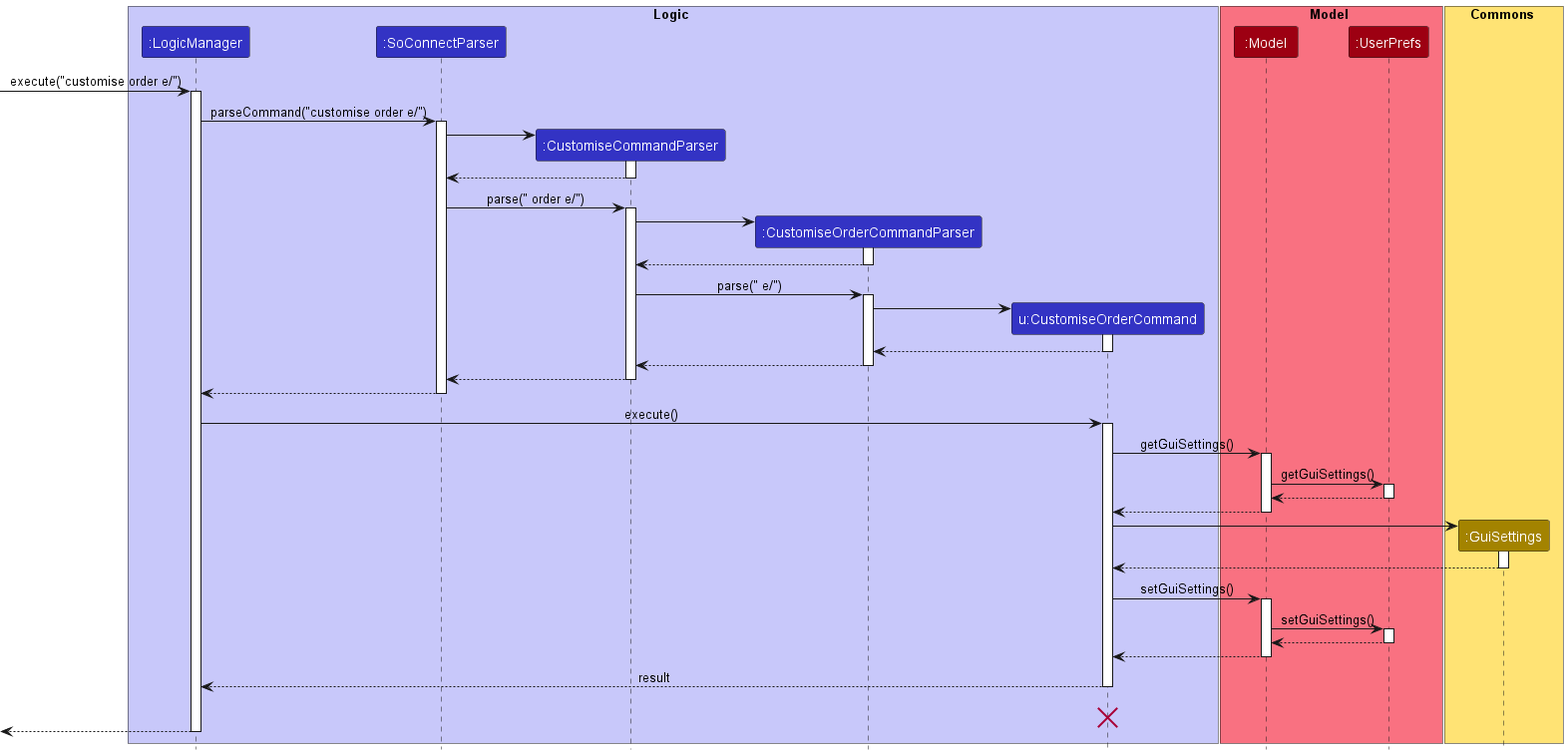
Earlier version of the PlantUML export docs/images/CustomiseOrderSequenceDiagram.png (nus-cs2103-AY2223S1/tp).
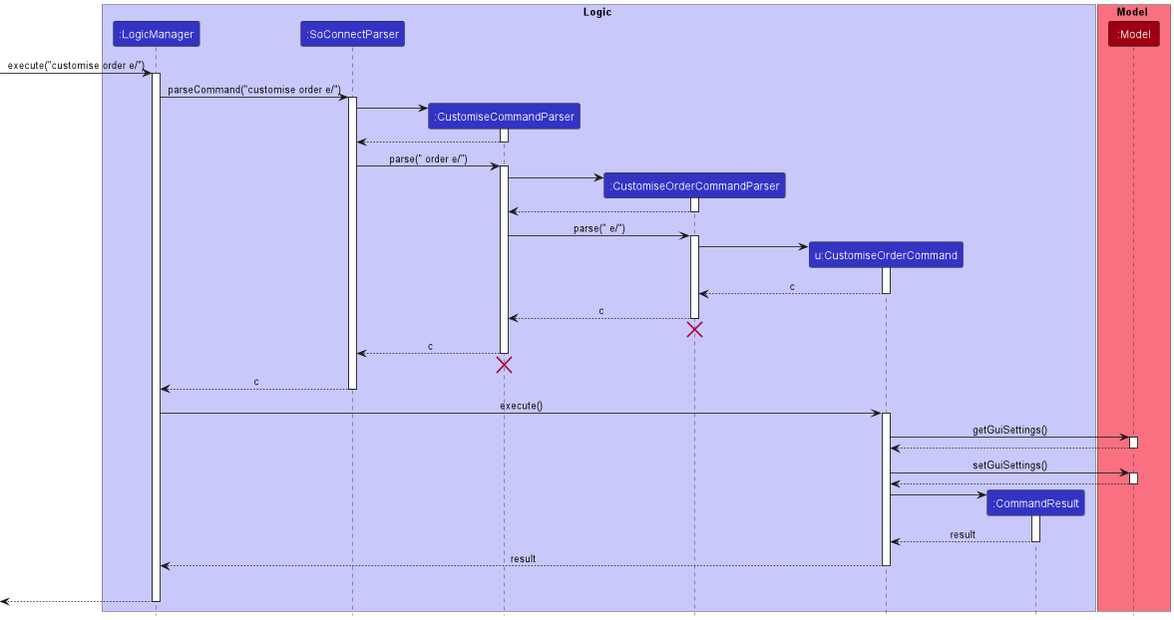
The same diagram one commit later.

Diff of the diagram source:
```diff
@@ -1,5 +1,6 @@
 @startuml
 !include style.puml
+scale 1550*500
 
 box Logic LOGIC_COLOR_T1
 participant ":LogicManager" as LogicManager LOGIC_COLOR
@@ -7,15 +8,11 @@
 participant ":CustomiseCommandParser" as CustomiseCommandParser LOGIC_COLOR
 participant ":CustomiseOrderCommandParser" as CustomiseOrderCommandParser LOGIC_COLOR
 participant "u:CustomiseOrderCommand" as CustomiseOrderCommand LOGIC_COLOR
+participant ":CommandResult" as CommandResult LOGIC_COLOR
 end box
 
 box Model MODEL_COLOR_T1
 participant ":Model" as Model MODEL_COLOR
-participant ":UserPrefs" as UserPrefs MODEL_COLOR
-end box
-
-box Commons STORAGE_COLOR_T1
-participant ":GuiSettings" as GuiSettings STORAGE_COLOR
 end box
 
 [-> LogicManager : execute("customise order e/")
@@ -48,16 +45,20 @@
 CustomiseOrderCommandParser -> CustomiseOrderCommand
 activate CustomiseOrderCommand
 
-CustomiseOrderCommand --> CustomiseOrderCommandParser
+CustomiseOrderCommand --> CustomiseOrderCommandParser : c
 deactivate CustomiseOrderCommand
 
-CustomiseOrderCommandParser --> CustomiseCommandParser
+CustomiseOrderCommandParser --> CustomiseCommandParser : c
 deactivate CustomiseOrderCommandParser
+CustomiseOrderCommandParser -[hidden]-> CustomiseCommandParser
+destroy CustomiseOrderCommandParser
 
-CustomiseCommandParser --> SoConnectParser
+CustomiseCommandParser --> SoConnectParser : c
 deactivate CustomiseCommandParser
+CustomiseCommandParser -[hidden]-> SoConnectParser
+destroy CustomiseCommandParser
 
-SoConnectParser --> LogicManager
+SoConnectParser --> LogicManager : c
 deactivate SoConnectParser
 
 LogicManager -> CustomiseOrderCommand : execute()
@@ -66,39 +67,26 @@
 CustomiseOrderCommand -> Model : getGuiSettings()
 activate Model
 
-Model -> UserPrefs : getGuiSettings()
-activate UserPrefs
+Model --> CustomiseOrderCommand
+deactivate Model
 
-UserPrefs --> Model
-deactivate UserPrefs
+CustomiseOrderCommand -> Model : setGuiSettings()
+activate Model
 
 Model --> CustomiseOrderCommand
 deactivate Model
 
-create GuiSettings
-CustomiseOrderCommand -> GuiSettings
-activate GuiSettings
+create CommandResult
+CustomiseOrderCommand -> CommandResult
+activate CommandResult
 
-GuiSettings --> CustomiseOrderCommand
-deactivate GuiSettings
-
-CustomiseOrderCommand -> Model : setGuiSettings()
-activate Model
-
-Model -> UserPrefs : setGuiSettings()
-activate UserPrefs
-
-UserPrefs --> Model
-deactivate UserPrefs
-
-Model --> CustomiseOrderCommand
-deactivate Model
+CommandResult --> CustomiseOrderCommand : result
+deactivate CommandResult
 
 CustomiseOrderCommand --> LogicManager : result
 deactivate CustomiseOrderCommand
 
 CustomiseOrderCommand -[hidden]-> LogicManager : result
-destroy CustomiseOrderCommand
 
 [<--LogicManager
 deactivate LogicManager
```
